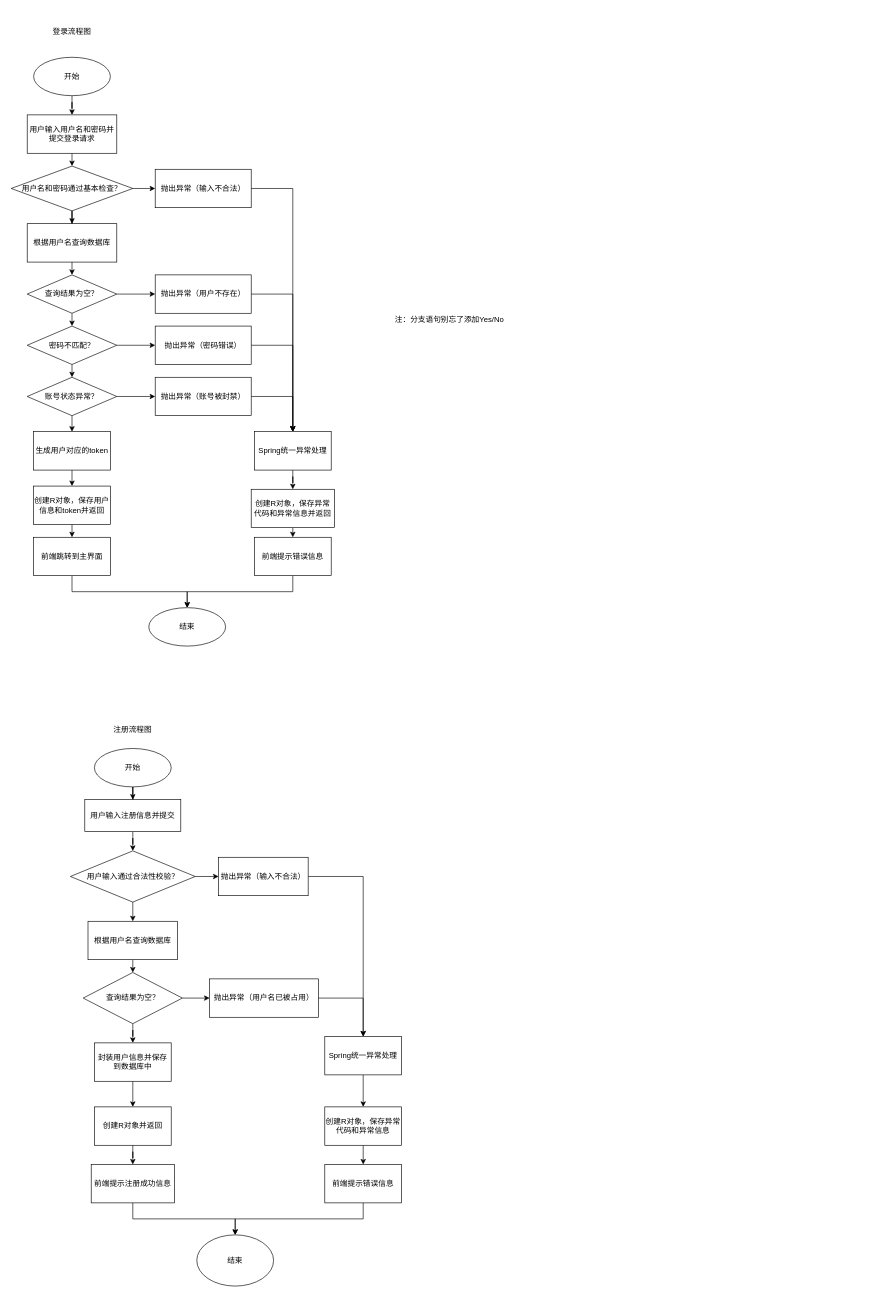
Above: page "登录模块" (1 of 11) of 校园信息发布平台流程图.drawio in zzsbz/infodeli_drawio (draw.io), before the change. Source tidied: cells renumbered, new cells numbered last; positions are measured from the earlier drawing's top-left corner, leaving out a move shared by most shapes. Both pictures are drawn from the tidied source at 64%, with x=0, y=0 at pixel (11, 25).
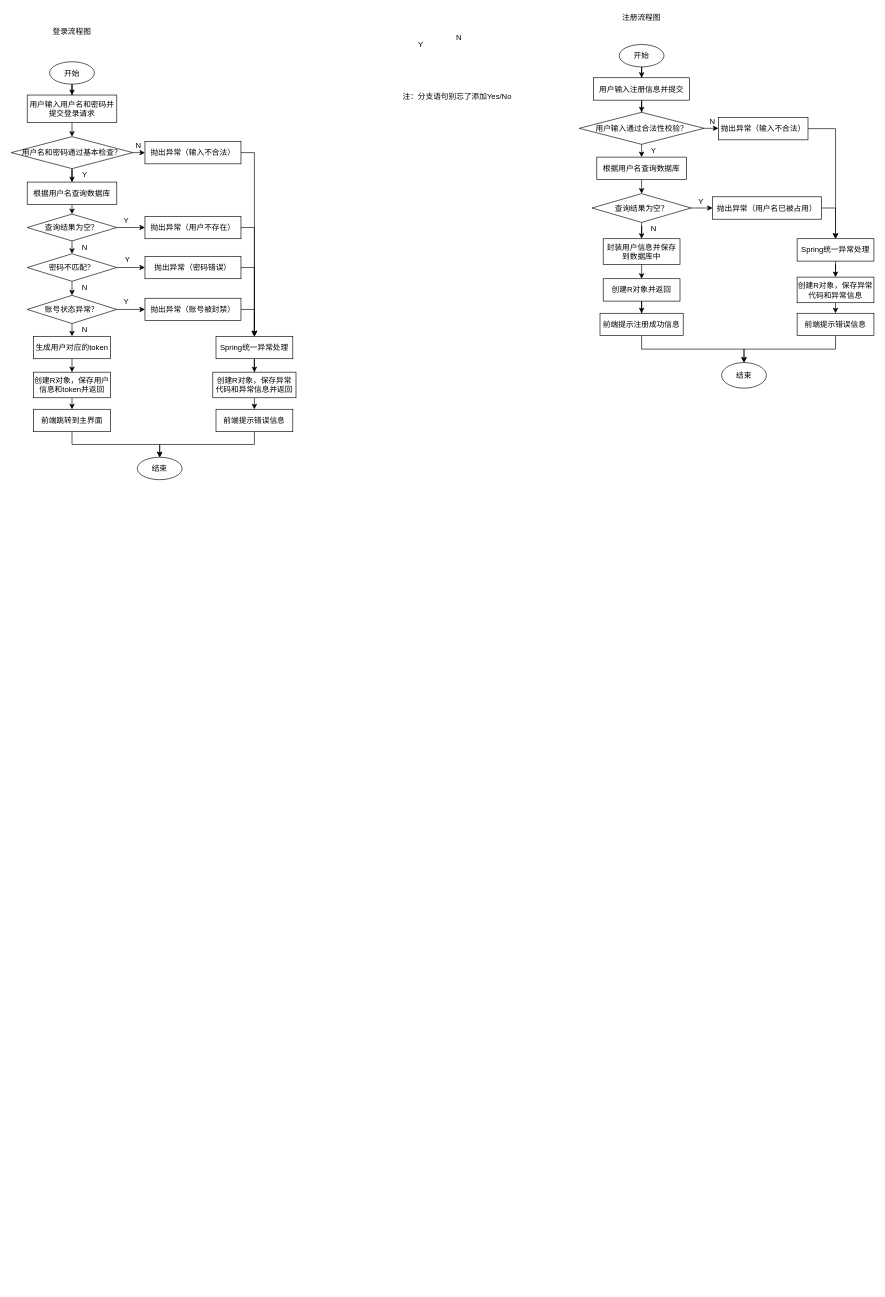
The same page after the edit.

The edit, as a diff of the source:
```diff
@@
     <mxCell id="3" value="开始" style="ellipse;whiteSpace=wrap;html=1;" parent="1" vertex="1">
-      <mxGeometry x="35" y="50" width="120" height="60" as="geometry" />
+      <mxGeometry x="60" y="57" width="70" height="35" as="geometry" />
     </mxCell>
@@
     <mxCell id="5" value="用户输入用户名和密码并提交登录请求" style="rounded=0;whiteSpace=wrap;html=1;" parent="1" vertex="1">
-      <mxGeometry x="25" y="140" width="140" height="60" as="geometry" />
+      <mxGeometry x="25" y="109" width="140" height="43" as="geometry" />
     </mxCell>
@@
     <mxCell id="7" value="抛出异常（输入不合法）" style="rounded=0;whiteSpace=wrap;html=1;" parent="1" vertex="1">
-      <mxGeometry x="225" y="225" width="150" height="60" as="geometry" />
+      <mxGeometry x="209" y="181.5" width="150" height="35" as="geometry" />
     </mxCell>
@@
     <mxCell id="9" value="根据用户名查询数据库" style="rounded=0;whiteSpace=wrap;html=1;" parent="1" vertex="1">
-      <mxGeometry x="25" y="310" width="140" height="60" as="geometry" />
+      <mxGeometry x="25" y="245" width="140" height="35" as="geometry" />
     </mxCell>
@@
     <mxCell id="12" value="查询结果为空？" style="rhombus;whiteSpace=wrap;html=1;" parent="1" vertex="1">
-      <mxGeometry x="25" y="390" width="140" height="60" as="geometry" />
+      <mxGeometry x="25" y="295" width="140" height="42" as="geometry" />
     </mxCell>
@@
     <mxCell id="14" value="抛出异常（用户不存在）" style="rounded=0;whiteSpace=wrap;html=1;" parent="1" vertex="1">
-      <mxGeometry x="225" y="390" width="150" height="60" as="geometry" />
+      <mxGeometry x="209" y="298.5" width="150" height="35" as="geometry" />
     </mxCell>
@@
     <mxCell id="16" value="抛出异常（密码错误）" style="rounded=0;whiteSpace=wrap;html=1;" parent="1" vertex="1">
-      <mxGeometry x="225" y="470" width="150" height="60" as="geometry" />
+      <mxGeometry x="209" y="361" width="150" height="35" as="geometry" />
     </mxCell>
@@
     <mxCell id="18" value="抛出异常（账号被封禁）" style="rounded=0;whiteSpace=wrap;html=1;" parent="1" vertex="1">
-      <mxGeometry x="225" y="550" width="150" height="60" as="geometry" />
+      <mxGeometry x="209" y="426.5" width="150" height="35" as="geometry" />
     </mxCell>
@@
     <mxCell id="21" value="密码不匹配？" style="rhombus;whiteSpace=wrap;html=1;" parent="1" vertex="1">
-      <mxGeometry x="25" y="470" width="140" height="60" as="geometry" />
+      <mxGeometry x="25" y="357" width="140" height="43" as="geometry" />
     </mxCell>
@@
     <mxCell id="24" value="账号状态异常？" style="rhombus;whiteSpace=wrap;html=1;" parent="1" vertex="1">
-      <mxGeometry x="25" y="550" width="140" height="60" as="geometry" />
+      <mxGeometry x="25" y="422" width="140" height="44" as="geometry" />
     </mxCell>
@@
     <mxCell id="26" value="Spring统一异常处理" style="rounded=0;whiteSpace=wrap;html=1;" parent="1" vertex="1">
-      <mxGeometry x="380" y="635" width="120" height="60" as="geometry" />
+      <mxGeometry x="320" y="486" width="120" height="35" as="geometry" />
     </mxCell>
@@
     <mxCell id="28" value="生成用户对应的token" style="rounded=0;whiteSpace=wrap;html=1;" parent="1" vertex="1">
-      <mxGeometry x="35" y="635" width="120" height="60" as="geometry" />
+      <mxGeometry x="35" y="486" width="120" height="35" as="geometry" />
     </mxCell>
@@
     <mxCell id="30" value="创建R对象，保存用户信息和token并返回" style="rounded=0;whiteSpace=wrap;html=1;" parent="1" vertex="1">
-      <mxGeometry x="35" y="720" width="120" height="60" as="geometry" />
+      <mxGeometry x="35" y="542" width="120" height="40" as="geometry" />
     </mxCell>
@@
     <mxCell id="32" value="创建R对象，保存异常代码和异常信息并返回" style="rounded=0;whiteSpace=wrap;html=1;" parent="1" vertex="1">
-      <mxGeometry x="375" y="725" width="130" height="60" as="geometry" />
+      <mxGeometry x="315" y="542" width="130" height="40" as="geometry" />
     </mxCell>
     <mxCell id="33" value="结束" style="ellipse;whiteSpace=wrap;html=1;" parent="1" vertex="1">
-      <mxGeometry x="215" y="910" width="120" height="60" as="geometry" />
+      <mxGeometry x="197" y="675" width="70" height="35" as="geometry" />
     </mxCell>
@@
     <mxCell id="35" value="前端提示错误信息" style="rounded=0;whiteSpace=wrap;html=1;" parent="1" vertex="1">
-      <mxGeometry x="380" y="800" width="120" height="60" as="geometry" />
+      <mxGeometry x="320" y="600" width="120" height="35" as="geometry" />
     </mxCell>
@@
     <mxCell id="37" value="前端跳转到主界面" style="rounded=0;whiteSpace=wrap;html=1;" parent="1" vertex="1">
-      <mxGeometry x="35" y="800" width="120" height="60" as="geometry" />
+      <mxGeometry x="35" y="600" width="120" height="35" as="geometry" />
     </mxCell>
@@
     <mxCell id="40" value="用户名和密码通过基本检查？" style="rhombus;whiteSpace=wrap;html=1;" parent="1" vertex="1">
-      <mxGeometry y="220" width="190" height="70" as="geometry" />
+      <mxGeometry y="174" width="190" height="50" as="geometry" />
     </mxCell>
@@
     <mxCell id="42" value="注册流程图" style="text;html=1;strokeColor=none;fillColor=none;align=center;verticalAlign=middle;whiteSpace=wrap;rounded=0;" parent="1" vertex="1">
-      <mxGeometry x="70" y="1090" width="240" height="20" as="geometry" />
+      <mxGeometry x="865" y="-22" width="240" height="20" as="geometry" />
     </mxCell>
@@
     <mxCell id="44" value="开始" style="ellipse;whiteSpace=wrap;html=1;" parent="1" vertex="1">
-      <mxGeometry x="130" y="1130" width="120" height="60" as="geometry" />
+      <mxGeometry x="950" y="30" width="70" height="35" as="geometry" />
     </mxCell>
@@
     <mxCell id="46" value="用户输入注册信息并提交" style="rounded=0;whiteSpace=wrap;html=1;" parent="1" vertex="1">
-      <mxGeometry x="115" y="1210" width="150" height="50" as="geometry" />
+      <mxGeometry x="910" y="82" width="150" height="35" as="geometry" />
     </mxCell>
@@
     <mxCell id="48" value="根据用户名查询数据库" style="rounded=0;whiteSpace=wrap;html=1;" parent="1" vertex="1">
-      <mxGeometry x="120" y="1400" width="140" height="60" as="geometry" />
+      <mxGeometry x="915" y="206" width="140" height="35" as="geometry" />
     </mxCell>
@@
     <mxCell id="51" value="用户输入通过合法性校验？" style="rhombus;whiteSpace=wrap;html=1;" parent="1" vertex="1">
-      <mxGeometry x="92.5" y="1290" width="195" height="80" as="geometry" />
+      <mxGeometry x="887.5" y="136" width="195" height="50" as="geometry" />
     </mxCell>
     <mxCell id="52" value="注：分支语句别忘了添加Yes/No&lt;br&gt;" style="text;html=1;strokeColor=none;fillColor=none;align=center;verticalAlign=middle;whiteSpace=wrap;rounded=0;" parent="1" vertex="1">
-      <mxGeometry x="580" y="450" width="210" height="20" as="geometry" />
+      <mxGeometry x="592" y="102" width="210" height="20" as="geometry" />
     </mxCell>
@@
     <mxCell id="54" value="Spring统一异常处理" style="rounded=0;whiteSpace=wrap;html=1;" parent="1" vertex="1">
-      <mxGeometry x="490" y="1580" width="120" height="60" as="geometry" />
+      <mxGeometry x="1228" y="333.5" width="120" height="35" as="geometry" />
     </mxCell>
@@
     <mxCell id="56" value="创建R对象，保存异常代码和异常信息" style="rounded=0;whiteSpace=wrap;html=1;" parent="1" vertex="1">
-      <mxGeometry x="490" y="1690" width="120" height="60" as="geometry" />
+      <mxGeometry x="1228" y="393.5" width="120" height="40" as="geometry" />
     </mxCell>
@@
     <mxCell id="58" value="前端提示错误信息" style="rounded=0;whiteSpace=wrap;html=1;" parent="1" vertex="1">
-      <mxGeometry x="490" y="1780" width="120" height="60" as="geometry" />
+      <mxGeometry x="1228" y="450" width="120" height="35" as="geometry" />
     </mxCell>
@@
     <mxCell id="60" value="抛出异常（输入不合法）" style="rounded=0;whiteSpace=wrap;html=1;" parent="1" vertex="1">
-      <mxGeometry x="324" y="1300" width="140" height="60" as="geometry" />
+      <mxGeometry x="1105" y="144" width="140" height="35" as="geometry" />
     </mxCell>
@@
     <mxCell id="63" value="查询结果为空？" style="rhombus;whiteSpace=wrap;html=1;" parent="1" vertex="1">
-      <mxGeometry x="112.5" y="1480" width="155" height="80" as="geometry" />
+      <mxGeometry x="907.5" y="263" width="155" height="45" as="geometry" />
     </mxCell>
-    <mxCell id="64" style="edgeStyle=orthogonalEdgeStyle;rounded=0;jettySize=auto;html=1;exitX=1;exitY=0.5;exitDx=0;exitDy=0;" parent="1" edge="1" source="65" target="54">
+    <mxCell id="64" style="edgeStyle=orthogonalEdgeStyle;rounded=0;jettySize=auto;html=1;exitX=1;exitY=0.5;exitDx=0;exitDy=0;endArrow=classic;endFill=1;entryX=0.5;entryY=0;entryDx=0;entryDy=0;" parent="1" edge="1" source="65" target="54">
       <mxGeometry relative="1" as="geometry" />
     </mxCell>
     <mxCell id="65" value="抛出异常（用户名已被占用）" style="rounded=0;whiteSpace=wrap;html=1;" parent="1" vertex="1">
-      <mxGeometry x="310" y="1490" width="170" height="60" as="geometry" />
+      <mxGeometry x="1096" y="268" width="170" height="35" as="geometry" />
     </mxCell>
@@
     <mxCell id="67" value="封装用户信息并保存到数据库中" style="rounded=0;whiteSpace=wrap;html=1;" parent="1" vertex="1">
-      <mxGeometry x="130" y="1590" width="120" height="60" as="geometry" />
+      <mxGeometry x="925" y="333.5" width="120" height="40" as="geometry" />
     </mxCell>
@@
     <mxCell id="69" value="创建R对象并返回" style="rounded=0;whiteSpace=wrap;html=1;" parent="1" vertex="1">
-      <mxGeometry x="130" y="1690" width="120" height="60" as="geometry" />
+      <mxGeometry x="925" y="396" width="120" height="35" as="geometry" />
     </mxCell>
@@
     <mxCell id="71" value="前端提示注册成功信息" style="rounded=0;whiteSpace=wrap;html=1;" parent="1" vertex="1">
-      <mxGeometry x="125" y="1780" width="130" height="60" as="geometry" />
+      <mxGeometry x="920" y="450" width="130" height="35" as="geometry" />
     </mxCell>
     <mxCell id="72" value="结束" style="ellipse;whiteSpace=wrap;html=1;" parent="1" vertex="1">
-      <mxGeometry x="290" y="1890" width="120" height="80" as="geometry" />
+      <mxGeometry x="1110" y="527" width="70" height="40" as="geometry" />
     </mxCell>
+    <mxCell id="73" value="Y" style="text;html=1;strokeColor=none;fillColor=none;align=center;verticalAlign=middle;whiteSpace=wrap;rounded=0;" parent="1" vertex="1">
+      <mxGeometry x="620" y="20" width="40" height="20" as="geometry" />
+    </mxCell>
+    <mxCell id="74" value="Y" style="text;html=1;strokeColor=none;fillColor=none;align=center;verticalAlign=middle;whiteSpace=wrap;rounded=0;" parent="1" vertex="1">
+      <mxGeometry x="1058" y="266" width="40" height="20" as="geometry" />
+    </mxCell>
+    <mxCell id="75" value="Y" style="text;html=1;strokeColor=none;fillColor=none;align=center;verticalAlign=middle;whiteSpace=wrap;rounded=0;" parent="1" vertex="1">
+      <mxGeometry x="984" y="186" width="40" height="20" as="geometry" />
+    </mxCell>
+    <mxCell id="76" value="Y" style="text;html=1;strokeColor=none;fillColor=none;align=center;verticalAlign=middle;whiteSpace=wrap;rounded=0;" parent="1" vertex="1">
+      <mxGeometry x="160" y="422" width="40" height="20" as="geometry" />
+    </mxCell>
+    <mxCell id="77" value="Y" style="text;html=1;strokeColor=none;fillColor=none;align=center;verticalAlign=middle;whiteSpace=wrap;rounded=0;" parent="1" vertex="1">
+      <mxGeometry x="162" y="357" width="40" height="20" as="geometry" />
+    </mxCell>
+    <mxCell id="78" value="Y" style="text;html=1;strokeColor=none;fillColor=none;align=center;verticalAlign=middle;whiteSpace=wrap;rounded=0;" parent="1" vertex="1">
+      <mxGeometry x="160" y="295" width="40" height="20" as="geometry" />
+    </mxCell>
+    <mxCell id="79" value="Y" style="text;html=1;strokeColor=none;fillColor=none;align=center;verticalAlign=middle;whiteSpace=wrap;rounded=0;" parent="1" vertex="1">
+      <mxGeometry x="94.5" y="224" width="40" height="20" as="geometry" />
+    </mxCell>
+    <mxCell id="80" value="N" style="text;html=1;strokeColor=none;fillColor=none;align=center;verticalAlign=middle;whiteSpace=wrap;rounded=0;" parent="1" vertex="1">
+      <mxGeometry x="680" y="10" width="40" height="20" as="geometry" />
+    </mxCell>
+    <mxCell id="81" value="N" style="text;html=1;strokeColor=none;fillColor=none;align=center;verticalAlign=middle;whiteSpace=wrap;rounded=0;" parent="1" vertex="1">
+      <mxGeometry x="984" y="308" width="40" height="20" as="geometry" />
+    </mxCell>
+    <mxCell id="82" value="N" style="text;html=1;strokeColor=none;fillColor=none;align=center;verticalAlign=middle;whiteSpace=wrap;rounded=0;" parent="1" vertex="1">
+      <mxGeometry x="1076" y="140" width="40" height="20" as="geometry" />
+    </mxCell>
+    <mxCell id="83" value="N" style="text;html=1;strokeColor=none;fillColor=none;align=center;verticalAlign=middle;whiteSpace=wrap;rounded=0;" parent="1" vertex="1">
+      <mxGeometry x="94.5" y="466" width="40" height="20" as="geometry" />
+    </mxCell>
+    <mxCell id="84" value="N" style="text;html=1;strokeColor=none;fillColor=none;align=center;verticalAlign=middle;whiteSpace=wrap;rounded=0;" parent="1" vertex="1">
+      <mxGeometry x="94.5" y="400" width="40" height="20" as="geometry" />
+    </mxCell>
+    <mxCell id="85" value="N" style="text;html=1;strokeColor=none;fillColor=none;align=center;verticalAlign=middle;whiteSpace=wrap;rounded=0;" parent="1" vertex="1">
+      <mxGeometry x="94.5" y="337" width="40" height="20" as="geometry" />
+    </mxCell>
+    <mxCell id="86" value="N" style="text;html=1;strokeColor=none;fillColor=none;align=center;verticalAlign=middle;whiteSpace=wrap;rounded=0;" parent="1" vertex="1">
+      <mxGeometry x="179" y="179" width="40" height="20" as="geometry" />
+    </mxCell>
```
